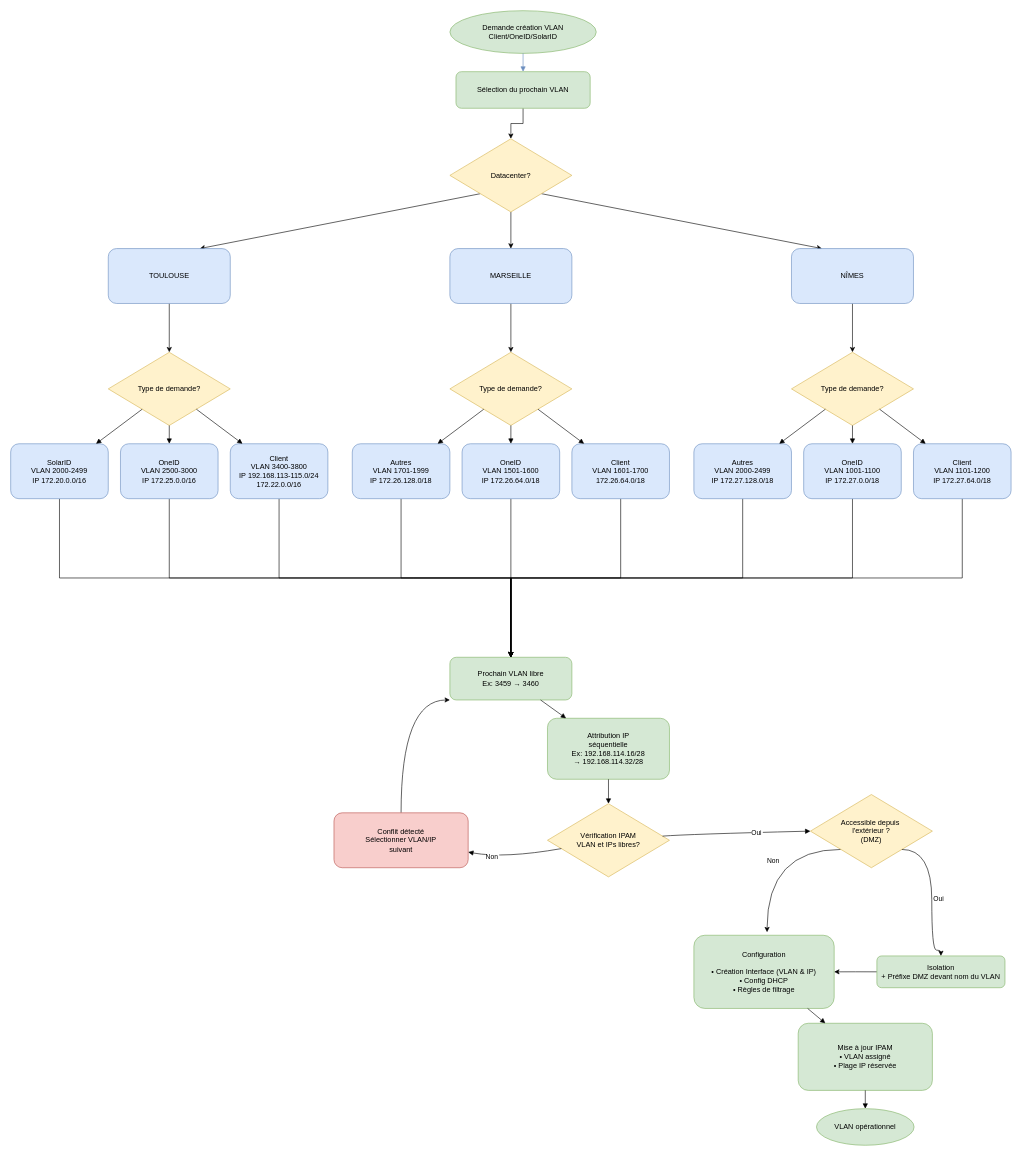
The draw.io diagram Diagrammes_création_vlan.drawio in titiuv24/diagrammes, before the edit. Source tidied: cells renumbered, new cells numbered last; positions are measured from the earlier drawing's top-left corner, leaving out a move shared by most shapes. Both pictures are drawn from the tidied source at 61%, with x=0, y=0 at pixel (10, 10).
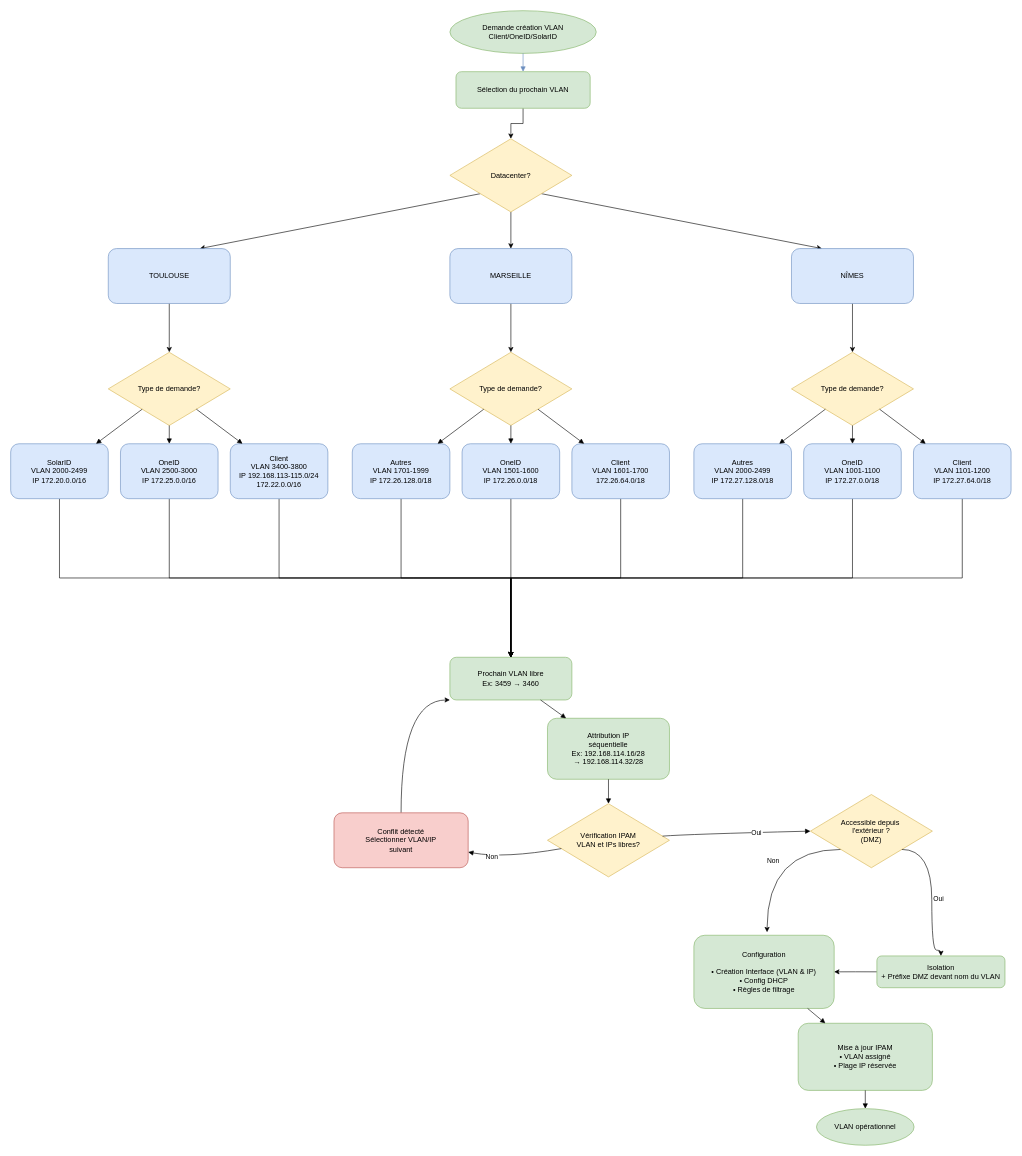
Above is the later version.

Commit message:
Mettre à jour Diagrammes_création_vlan.drawio

Diff of the diagram source:
```diff
@@
-    <mxCell id="53" value="OneID&lt;br&gt;&lt;div&gt;VLAN 1501-1600&lt;/div&gt;&lt;div&gt;IP&amp;nbsp;172.26.64.0/18&lt;/div&gt;" style="rounded=1;whiteSpace=wrap;html=1;fillColor=#dae8fc;strokeColor=#6c8ebf;" parent="1" vertex="1">
+    <mxCell id="53" value="OneID&lt;br&gt;&lt;div&gt;VLAN 1501-1600&lt;/div&gt;&lt;div&gt;IP&amp;nbsp;172.26.0.0/18&lt;/div&gt;" style="rounded=1;whiteSpace=wrap;html=1;fillColor=#dae8fc;strokeColor=#6c8ebf;" parent="1" vertex="1">
       <mxGeometry x="740" y="710" width="160" height="90" as="geometry" />
     </mxCell>
```
